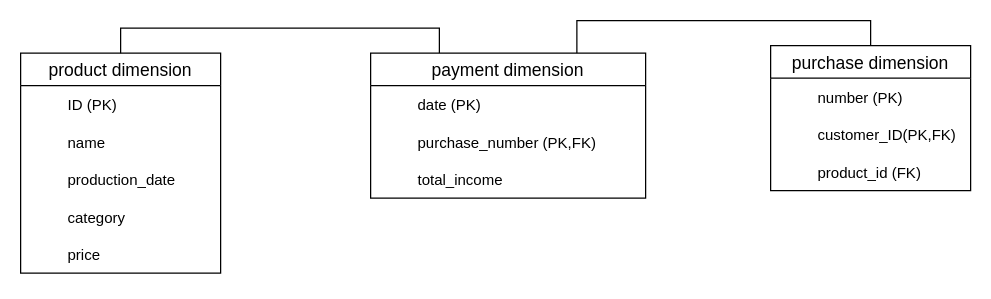
Above: factschema.drawio in mohsenshahii/database (draw.io), before the change. Source tidied: cells renumbered, new cells numbered last; positions are measured from the earlier drawing's top-left corner, leaving out a move shared by most shapes. Both pictures are drawn from the tidied source at 125%, with x=0, y=0 at pixel (20, 45).
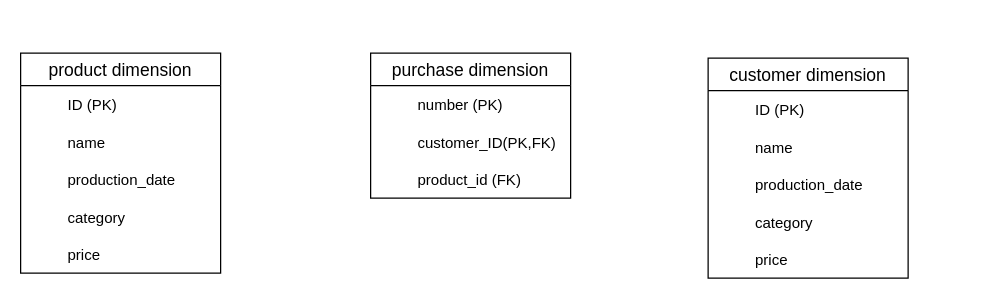
Above is the later version.

The change refers to these unchanged cells:
```xml
<mxCell id="13" value="product dimension" style="swimlane;fontStyle=0;horizontal=1;startSize=26;align=center;fontSize=14;" parent="1" vertex="1">
  <mxGeometry y="6" width="160" height="176" as="geometry" />
</mxCell>
```

What changed in the source:
```diff
@@
     <mxCell id="2" value="purchase dimension" style="swimlane;fontStyle=0;horizontal=1;startSize=26;align=center;fontSize=14;" parent="1" vertex="1">
-      <mxGeometry x="600" width="160" height="116" as="geometry" />
+      <mxGeometry x="280" y="6" width="160" height="116" as="geometry" />
     </mxCell>
@@
-    <mxCell id="31" style="edgeStyle=orthogonalEdgeStyle;rounded=0;jettySize=auto;html=1;exitX=0.25;exitY=0;exitDx=0;exitDy=0;entryX=0.5;entryY=0;entryDx=0;entryDy=0;endArrow=none;endFill=0;" parent="1" edge="1" source="33" target="13">
-      <mxGeometry relative="1" as="geometry" />
-    </mxCell>
-    <mxCell id="32" style="edgeStyle=orthogonalEdgeStyle;rounded=0;jettySize=auto;html=1;exitX=0.75;exitY=0;exitDx=0;exitDy=0;entryX=0.5;entryY=0;entryDx=0;entryDy=0;endArrow=none;endFill=0;" parent="1" edge="1" source="33" target="2">
-      <mxGeometry relative="1" as="geometry" />
-    </mxCell>
-    <mxCell id="33" value="payment dimension" style="swimlane;fontStyle=0;horizontal=1;startSize=26;align=center;fontSize=14;" parent="1" vertex="1">
-      <mxGeometry x="280" y="6" width="220" height="116" as="geometry" />
-    </mxCell>
-    <mxCell id="34" style="shape=table;startSize=0;childLayout=tableLayout;rowLines=0;fontStyle=0;align=center;strokeColor=none;fillColor=none;" parent="33" vertex="1">
-      <mxGeometry y="26" width="220" height="30" as="geometry" />
-    </mxCell>
-    <mxCell id="35" style="shape=tableRow;horizontal=0;startSize=0;swimlaneHead=0;swimlaneBody=0;fillColor=none;top=0;left=0;right=0;bottom=0;" parent="34" vertex="1">
-      <mxGeometry width="220" height="30" as="geometry" />
-    </mxCell>
-    <mxCell id="36" style="shape=partialRectangle;fillColor=none;top=0;left=0;bottom=0;right=0;overflow=hidden;" parent="35" vertex="1">
-      <mxGeometry width="30" height="30" as="geometry" />
-    </mxCell>
-    <mxCell id="37" value="date (PK)" style="shape=partialRectangle;fillColor=none;top=0;left=0;bottom=0;right=0;align=left;spacingLeft=6;overflow=hidden;" parent="35" vertex="1">
-      <mxGeometry x="30" width="190" height="30" as="geometry" />
-    </mxCell>
-    <mxCell id="38" style="shape=table;startSize=0;childLayout=tableLayout;rowLines=0;fontStyle=0;align=center;strokeColor=none;fillColor=none;" parent="33" vertex="1">
-      <mxGeometry y="56" width="220" height="60" as="geometry" />
-    </mxCell>
-    <mxCell id="39" style="shape=tableRow;horizontal=0;startSize=0;swimlaneHead=0;swimlaneBody=0;fillColor=none;top=0;left=0;right=0;bottom=0;" parent="38" vertex="1">
-      <mxGeometry width="220" height="30" as="geometry" />
-    </mxCell>
-    <mxCell id="40" style="shape=partialRectangle;fillColor=none;top=0;left=0;bottom=0;right=0;overflow=hidden;" parent="39" vertex="1">
-      <mxGeometry width="30" height="30" as="geometry" />
-    </mxCell>
-    <mxCell id="41" value="purchase_number (PK,FK)" style="shape=partialRectangle;fillColor=none;top=0;left=0;bottom=0;right=0;align=left;spacingLeft=6;overflow=hidden;" parent="39" vertex="1">
-      <mxGeometry x="30" width="190" height="30" as="geometry" />
-    </mxCell>
-    <mxCell id="42" style="shape=tableRow;horizontal=0;startSize=0;swimlaneHead=0;swimlaneBody=0;fillColor=none;top=0;left=0;right=0;bottom=0;" parent="38" vertex="1">
-      <mxGeometry y="30" width="220" height="30" as="geometry" />
-    </mxCell>
-    <mxCell id="43" style="shape=partialRectangle;fillColor=none;top=0;left=0;bottom=0;right=0;overflow=hidden;" parent="42" vertex="1">
-      <mxGeometry width="30" height="30" as="geometry" />
-    </mxCell>
-    <mxCell id="44" value="total_income" style="shape=partialRectangle;fillColor=none;top=0;left=0;bottom=0;right=0;align=left;spacingLeft=6;overflow=hidden;" parent="42" vertex="1">
-      <mxGeometry x="30" width="190" height="30" as="geometry" />
-    </mxCell>
@@
+    <mxCell id="47" value="customer dimension" style="swimlane;fontStyle=0;horizontal=1;startSize=26;align=center;fontSize=14;" parent="1" vertex="1">
+      <mxGeometry x="550" y="10" width="160" height="176" as="geometry" />
+    </mxCell>
+    <mxCell id="48" style="shape=table;startSize=0;childLayout=tableLayout;rowLines=0;fontStyle=0;align=center;strokeColor=none;fillColor=none;" parent="47" vertex="1">
+      <mxGeometry y="26" width="160" height="60" as="geometry" />
+    </mxCell>
+    <mxCell id="49" style="shape=tableRow;horizontal=0;startSize=0;swimlaneHead=0;swimlaneBody=0;fillColor=none;top=0;left=0;right=0;bottom=0;" parent="48" vertex="1">
+      <mxGeometry width="160" height="30" as="geometry" />
+    </mxCell>
+    <mxCell id="50" style="shape=partialRectangle;fillColor=none;top=0;left=0;bottom=0;right=0;overflow=hidden;" parent="49" vertex="1">
+      <mxGeometry width="30" height="30" as="geometry" />
+    </mxCell>
+    <mxCell id="51" value="ID (PK)" style="shape=partialRectangle;fillColor=none;top=0;left=0;bottom=0;right=0;align=left;spacingLeft=6;overflow=hidden;" parent="49" vertex="1">
+      <mxGeometry x="30" width="130" height="30" as="geometry" />
+    </mxCell>
+    <mxCell id="52" style="shape=tableRow;horizontal=0;startSize=0;swimlaneHead=0;swimlaneBody=0;fillColor=none;top=0;left=0;right=0;bottom=0;" parent="48" vertex="1">
+      <mxGeometry y="30" width="160" height="30" as="geometry" />
+    </mxCell>
+    <mxCell id="53" style="shape=partialRectangle;fillColor=none;top=0;left=0;bottom=0;right=0;overflow=hidden;" parent="52" vertex="1">
+      <mxGeometry width="30" height="30" as="geometry" />
+    </mxCell>
+    <mxCell id="54" value="name" style="shape=partialRectangle;fillColor=none;top=0;left=0;bottom=0;right=0;align=left;spacingLeft=6;overflow=hidden;" parent="52" vertex="1">
+      <mxGeometry x="30" width="130" height="30" as="geometry" />
+    </mxCell>
+    <mxCell id="55" style="shape=table;startSize=0;childLayout=tableLayout;rowLines=0;fontStyle=0;align=center;strokeColor=none;fillColor=none;" parent="47" vertex="1">
+      <mxGeometry y="86" width="160" height="90" as="geometry" />
+    </mxCell>
+    <mxCell id="56" style="shape=tableRow;horizontal=0;startSize=0;swimlaneHead=0;swimlaneBody=0;fillColor=none;top=0;left=0;right=0;bottom=0;" parent="55" vertex="1">
+      <mxGeometry width="160" height="30" as="geometry" />
+    </mxCell>
+    <mxCell id="57" style="shape=partialRectangle;fillColor=none;top=0;left=0;bottom=0;right=0;overflow=hidden;" parent="56" vertex="1">
+      <mxGeometry width="30" height="30" as="geometry" />
+    </mxCell>
+    <mxCell id="58" value="production_date" style="shape=partialRectangle;fillColor=none;top=0;left=0;bottom=0;right=0;align=left;spacingLeft=6;overflow=hidden;" parent="56" vertex="1">
+      <mxGeometry x="30" width="130" height="30" as="geometry" />
+    </mxCell>
+    <mxCell id="59" style="shape=tableRow;horizontal=0;startSize=0;swimlaneHead=0;swimlaneBody=0;fillColor=none;top=0;left=0;right=0;bottom=0;" parent="55" vertex="1">
+      <mxGeometry y="30" width="160" height="30" as="geometry" />
+    </mxCell>
+    <mxCell id="60" style="shape=partialRectangle;fillColor=none;top=0;left=0;bottom=0;right=0;overflow=hidden;" parent="59" vertex="1">
+      <mxGeometry width="30" height="30" as="geometry" />
+    </mxCell>
+    <mxCell id="61" value="category" style="shape=partialRectangle;fillColor=none;top=0;left=0;bottom=0;right=0;align=left;spacingLeft=6;overflow=hidden;" parent="59" vertex="1">
+      <mxGeometry x="30" width="130" height="30" as="geometry" />
+    </mxCell>
+    <mxCell id="62" style="shape=tableRow;horizontal=0;startSize=0;swimlaneHead=0;swimlaneBody=0;fillColor=none;top=0;left=0;right=0;bottom=0;" parent="55" vertex="1">
+      <mxGeometry y="60" width="160" height="30" as="geometry" />
+    </mxCell>
+    <mxCell id="63" style="shape=partialRectangle;fillColor=none;top=0;left=0;bottom=0;right=0;overflow=hidden;" parent="62" vertex="1">
+      <mxGeometry width="30" height="30" as="geometry" />
+    </mxCell>
+    <mxCell id="64" value="price" style="shape=partialRectangle;fillColor=none;top=0;left=0;bottom=0;right=0;align=left;spacingLeft=6;overflow=hidden;" parent="62" vertex="1">
+      <mxGeometry x="30" width="130" height="30" as="geometry" />
+    </mxCell>
```
